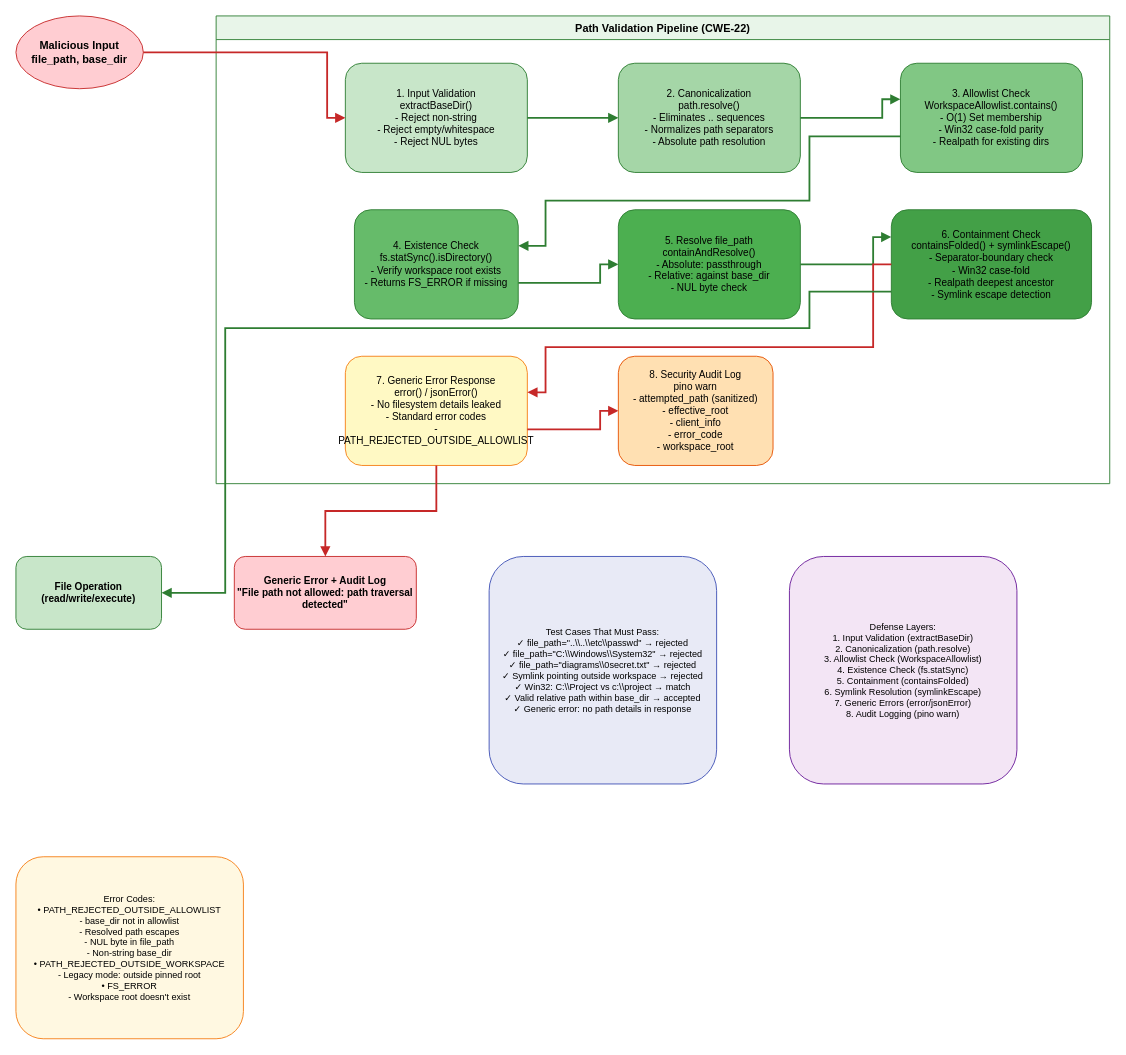
dnguyenminh/SDLC-Agents-4-Enteprise keeps this draw.io diagram as documents/SA4E-406/diagrams/security.drawio. Above is the earlier version. Source tidied: cells renumbered, new cells numbered last; positions are measured from the earlier drawing's top-left corner, leaving out a move shared by most shapes. Both pictures are drawn from the tidied source at 91%, with x=0, y=0 at pixel (15, 15).
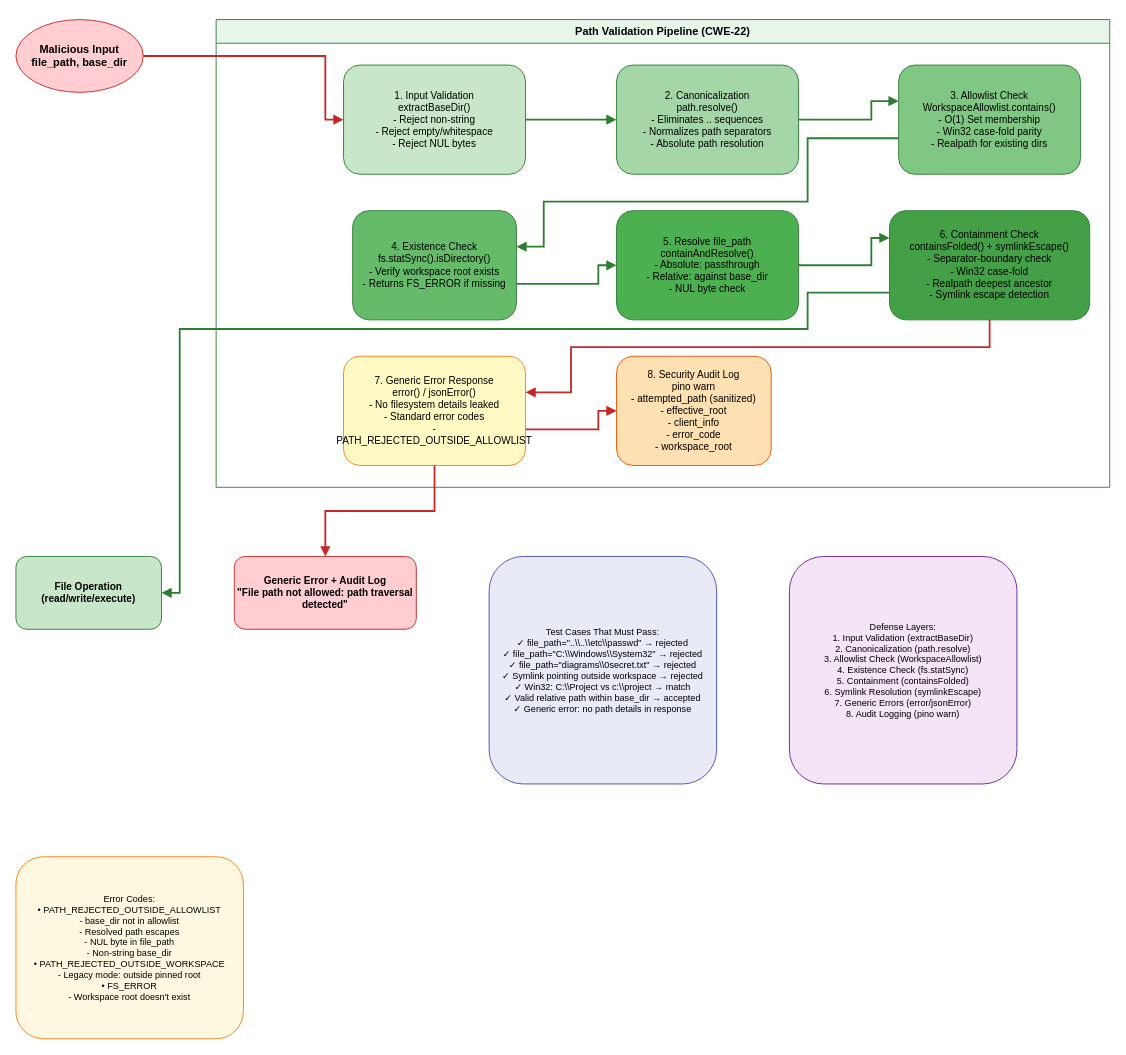
Above is the later version.

Unchanged cells that the change refers to:
```xml
<mxCell id="12" value="File Operation&#10;(read/write/execute)" style="rounded=1;whiteSpace=wrap;html=1;fillColor=#c8e6c9;strokeColor=#2e7d32;fontSize=11;fontStyle=1;" parent="1" vertex="1">
  <mxGeometry y="594" width="160" height="80" as="geometry" />
</mxCell>
<mxCell id="13" value="Generic Error + Audit Log&#10;&quot;File path not allowed: path traversal detected&quot;" style="rounded=1;whiteSpace=wrap;html=1;fillColor=#ffcdd2;strokeColor=#c62828;fontSize=11;fontStyle=1;" parent="1" vertex="1">
  <mxGeometry x="240" y="594" width="200" height="80" as="geometry" />
</mxCell>
```

What changed in the source:
```diff
@@
     <mxCell id="2" value="Malicious Input&#10;file_path, base_dir" style="shape=ellipse;whiteSpace=wrap;html=1;fillColor=#ffcdd2;strokeColor=#c62828;fontSize=12;fontStyle=1;" parent="1" vertex="1">
-      <mxGeometry width="140" height="80" as="geometry" />
+      <mxGeometry y="4" width="140" height="80" as="geometry" />
     </mxCell>
     <mxCell id="3" value="Path Validation Pipeline (CWE-22)" style="swimlane;fontStyle=1;horizontal=1;startSize=26;fillColor=#e8f5e9;strokeColor=#2e7d32;" parent="1" vertex="1">
-      <mxGeometry x="220" width="982" height="514" as="geometry" />
+      <mxGeometry x="220" y="4" width="982" height="514" as="geometry" />
     </mxCell>
     <mxCell id="4" value="1. Input Validation&#10;extractBaseDir()&#10;- Reject non-string&#10;- Reject empty/whitespace&#10;- Reject NUL bytes" style="rounded=1;whiteSpace=wrap;html=1;fillColor=#c8e6c9;strokeColor=#2e7d32;fontSize=11;" parent="3" vertex="1">
-      <mxGeometry x="142" y="52" width="200" height="120" as="geometry" />
+      <mxGeometry x="140" y="50" width="200" height="120" as="geometry" />
     </mxCell>
     <mxCell id="5" value="2. Canonicalization&#10;path.resolve()&#10;- Eliminates .. sequences&#10;- Normalizes path separators&#10;- Absolute path resolution" style="rounded=1;whiteSpace=wrap;html=1;fillColor=#a5d6a7;strokeColor=#2e7d32;fontSize=11;" parent="3" vertex="1">
-      <mxGeometry x="442" y="52" width="200" height="120" as="geometry" />
+      <mxGeometry x="440" y="50" width="200" height="120" as="geometry" />
     </mxCell>
     <mxCell id="6" value="3. Allowlist Check&#10;WorkspaceAllowlist.contains()&#10;- O(1) Set membership&#10;- Win32 case-fold parity&#10;- Realpath for existing dirs" style="rounded=1;whiteSpace=wrap;html=1;fillColor=#81c784;strokeColor=#2e7d32;fontSize=11;" parent="3" vertex="1">
-      <mxGeometry x="752" y="52" width="200" height="120" as="geometry" />
+      <mxGeometry x="750" y="50" width="200" height="120" as="geometry" />
     </mxCell>
     <mxCell id="7" value="4. Existence Check&#10;fs.statSync().isDirectory()&#10;- Verify workspace root exists&#10;- Returns FS_ERROR if missing" style="rounded=1;whiteSpace=wrap;html=1;fillColor=#66bb6a;strokeColor=#2e7d32;fontSize=11;" parent="3" vertex="1">
-      <mxGeometry x="152" y="213" width="180" height="120" as="geometry" />
+      <mxGeometry x="150" y="210" width="180" height="120" as="geometry" />
     </mxCell>
     <mxCell id="8" value="5. Resolve file_path&#10;containAndResolve()&#10;- Absolute: passthrough&#10;- Relative: against base_dir&#10;- NUL byte check" style="rounded=1;whiteSpace=wrap;html=1;fillColor=#4caf50;strokeColor=#2e7d32;fontSize=11;" parent="3" vertex="1">
-      <mxGeometry x="442" y="213" width="200" height="120" as="geometry" />
+      <mxGeometry x="440" y="210" width="200" height="120" as="geometry" />
     </mxCell>
     <mxCell id="9" value="6. Containment Check&#10;containsFolded() + symlinkEscape()&#10;- Separator-boundary check&#10;- Win32 case-fold&#10;- Realpath deepest ancestor&#10;- Symlink escape detection" style="rounded=1;whiteSpace=wrap;html=1;fillColor=#43a047;strokeColor=#2e7d32;fontSize=11;" parent="3" vertex="1">
-      <mxGeometry x="742" y="213" width="220" height="120" as="geometry" />
+      <mxGeometry x="740" y="210" width="220" height="120" as="geometry" />
     </mxCell>
     <mxCell id="10" value="7. Generic Error Response&#10;error() / jsonError()&#10;- No filesystem details leaked&#10;- Standard error codes&#10;- PATH_REJECTED_OUTSIDE_ALLOWLIST" style="rounded=1;whiteSpace=wrap;html=1;fillColor=#fff9c4;strokeColor=#f57f17;fontSize=11;" parent="3" vertex="1">
-      <mxGeometry x="142" y="374" width="200" height="120" as="geometry" />
+      <mxGeometry x="140" y="370" width="200" height="120" as="geometry" />
     </mxCell>
     <mxCell id="11" value="8. Security Audit Log&#10;pino warn&#10;- attempted_path (sanitized)&#10;- effective_root&#10;- client_info&#10;- error_code&#10;- workspace_root" style="rounded=1;whiteSpace=wrap;html=1;fillColor=#ffe0b2;strokeColor=#e65100;fontSize=11;" parent="3" vertex="1">
-      <mxGeometry x="442" y="374" width="170" height="120" as="geometry" />
+      <mxGeometry x="440" y="370" width="170" height="120" as="geometry" />
     </mxCell>
@@
     <mxCell id="14" style="rounded=0;jettySize=auto;html=1;strokeColor=#c62828;strokeWidth=2;endArrow=block;edgeStyle=orthogonalEdgeStyle;curved=0;exitX=1;exitY=0.5;entryX=0;entryY=0.5;" parent="1" edge="1" source="2" target="4">
       <mxGeometry relative="1" as="geometry">
         <Array as="points">
-          <mxPoint x="342" y="40" />
-          <mxPoint x="342" y="112" />
+          <mxPoint x="340" y="44" />
+          <mxPoint x="340" y="114" />
         </Array>
       </mxGeometry>
     </mxCell>
@@
     <mxCell id="16" style="rounded=0;jettySize=auto;html=1;strokeColor=#2e7d32;strokeWidth=2;endArrow=block;edgeStyle=orthogonalEdgeStyle;curved=0;exitX=1;exitY=0.5;entryX=0;entryY=0.33;" parent="3" edge="1" source="5" target="6">
       <mxGeometry relative="1" as="geometry">
         <Array as="points">
-          <mxPoint x="732" y="112" />
-          <mxPoint x="732" y="91.6" />
+          <mxPoint x="720" y="110" />
+          <mxPoint x="720" y="89.6" />
         </Array>
       </mxGeometry>
     </mxCell>
     <mxCell id="17" style="rounded=0;jettySize=auto;html=1;strokeColor=#2e7d32;strokeWidth=2;endArrow=block;edgeStyle=orthogonalEdgeStyle;curved=0;exitX=0;exitY=0.67;entryX=1;entryY=0.33;" parent="3" edge="1" source="6" target="7">
       <mxGeometry relative="1" as="geometry">
         <Array as="points">
-          <mxPoint x="652" y="132.4" />
-          <mxPoint x="652" y="203" />
-          <mxPoint x="362" y="203" />
-          <mxPoint x="362" y="252.6" />
+          <mxPoint x="650" y="130.4" />
+          <mxPoint x="650" y="200" />
+          <mxPoint x="360" y="200" />
+          <mxPoint x="360" y="249.6" />
         </Array>
       </mxGeometry>
     </mxCell>
     <mxCell id="18" style="rounded=0;jettySize=auto;html=1;strokeColor=#2e7d32;strokeWidth=2;endArrow=block;edgeStyle=orthogonalEdgeStyle;curved=0;exitX=1;exitY=0.67;entryX=0;entryY=0.5;" parent="3" edge="1" source="7" target="8">
       <mxGeometry relative="1" as="geometry">
         <Array as="points">
-          <mxPoint x="422" y="293.4" />
-          <mxPoint x="422" y="273" />
+          <mxPoint x="420" y="290.4" />
+          <mxPoint x="420" y="270" />
         </Array>
       </mxGeometry>
     </mxCell>
     <mxCell id="19" style="rounded=0;jettySize=auto;html=1;strokeColor=#2e7d32;strokeWidth=2;endArrow=block;edgeStyle=orthogonalEdgeStyle;curved=0;exitX=1;exitY=0.5;entryX=0;entryY=0.25;" parent="3" edge="1" source="8" target="9">
       <mxGeometry relative="1" as="geometry">
         <Array as="points">
-          <mxPoint x="722" y="273" />
-          <mxPoint x="722" y="243" />
+          <mxPoint x="720" y="270" />
+          <mxPoint x="720" y="240" />
         </Array>
       </mxGeometry>
     </mxCell>
     <mxCell id="20" style="rounded=0;jettySize=auto;html=1;strokeColor=#2e7d32;strokeWidth=2;endArrow=block;edgeStyle=orthogonalEdgeStyle;curved=0;exitX=0;exitY=0.75;entryX=1;entryY=0.5;" parent="1" edge="1" source="9" target="12">
       <mxGeometry relative="1" as="geometry">
         <Array as="points">
-          <mxPoint x="872" y="303" />
-          <mxPoint x="872" y="343" />
-          <mxPoint x="230" y="343" />
-          <mxPoint x="230" y="634" />
+          <mxPoint x="870" y="304" />
+          <mxPoint x="870" y="344" />
+          <mxPoint x="180" y="344" />
+          <mxPoint x="180" y="634" />
         </Array>
       </mxGeometry>
     </mxCell>
-    <mxCell id="21" style="rounded=0;jettySize=auto;html=1;strokeColor=#c62828;strokeWidth=2;endArrow=block;edgeStyle=orthogonalEdgeStyle;curved=0;exitX=0;exitY=0.5;entryX=1;entryY=0.33;" parent="3" edge="1" source="9" target="10">
+    <mxCell id="21" style="rounded=0;jettySize=auto;html=1;strokeColor=#c62828;strokeWidth=2;endArrow=block;edgeStyle=orthogonalEdgeStyle;curved=0;exitX=0.5;exitY=1;entryX=1;entryY=0.33;" parent="3" edge="1" source="9" target="10">
       <mxGeometry relative="1" as="geometry">
         <Array as="points">
-          <mxPoint x="722" y="273" />
-          <mxPoint x="722" y="364" />
-          <mxPoint x="362" y="364" />
-          <mxPoint x="362" y="413.6" />
+          <mxPoint x="850" y="360" />
+          <mxPoint x="390" y="360" />
+          <mxPoint x="390" y="409.6" />
         </Array>
       </mxGeometry>
     </mxCell>
     <mxCell id="22" style="rounded=0;jettySize=auto;html=1;strokeColor=#c62828;strokeWidth=2;endArrow=block;edgeStyle=orthogonalEdgeStyle;curved=0;exitX=1;exitY=0.67;entryX=0;entryY=0.5;" parent="3" edge="1" source="10" target="11">
       <mxGeometry relative="1" as="geometry">
         <Array as="points">
-          <mxPoint x="422" y="454.4" />
-          <mxPoint x="422" y="434" />
+          <mxPoint x="420" y="450.4" />
+          <mxPoint x="420" y="430" />
         </Array>
       </mxGeometry>
     </mxCell>
     <mxCell id="23" style="rounded=0;jettySize=auto;html=1;strokeColor=#c62828;strokeWidth=2;endArrow=block;edgeStyle=orthogonalEdgeStyle;curved=0;exitX=0.5;exitY=1;entryX=0.5;entryY=0;" parent="1" edge="1" source="10" target="13">
       <mxGeometry relative="1" as="geometry">
         <Array as="points">
-          <mxPoint x="462" y="544" />
+          <mxPoint x="460" y="544" />
           <mxPoint x="340" y="544" />
         </Array>
       </mxGeometry>
     </mxCell>
```
